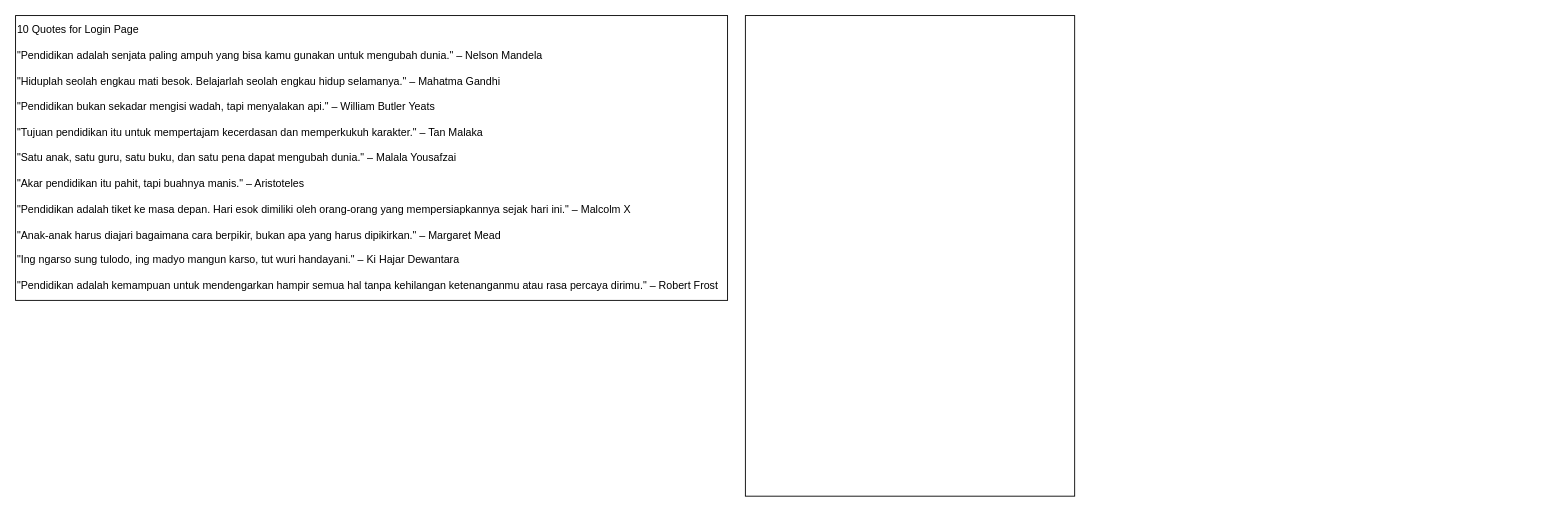
This is Designs/Workflow Diagram.drawio from LoggingNewMemory/HybridAppDev, a draw.io file, before an edit. Source tidied: cells renumbered, new cells numbered last; positions are measured from the earlier drawing's top-left corner, leaving out a move shared by most shapes. Both pictures are drawn from the tidied source at 89%, with x=0, y=0 at pixel (15, 15).
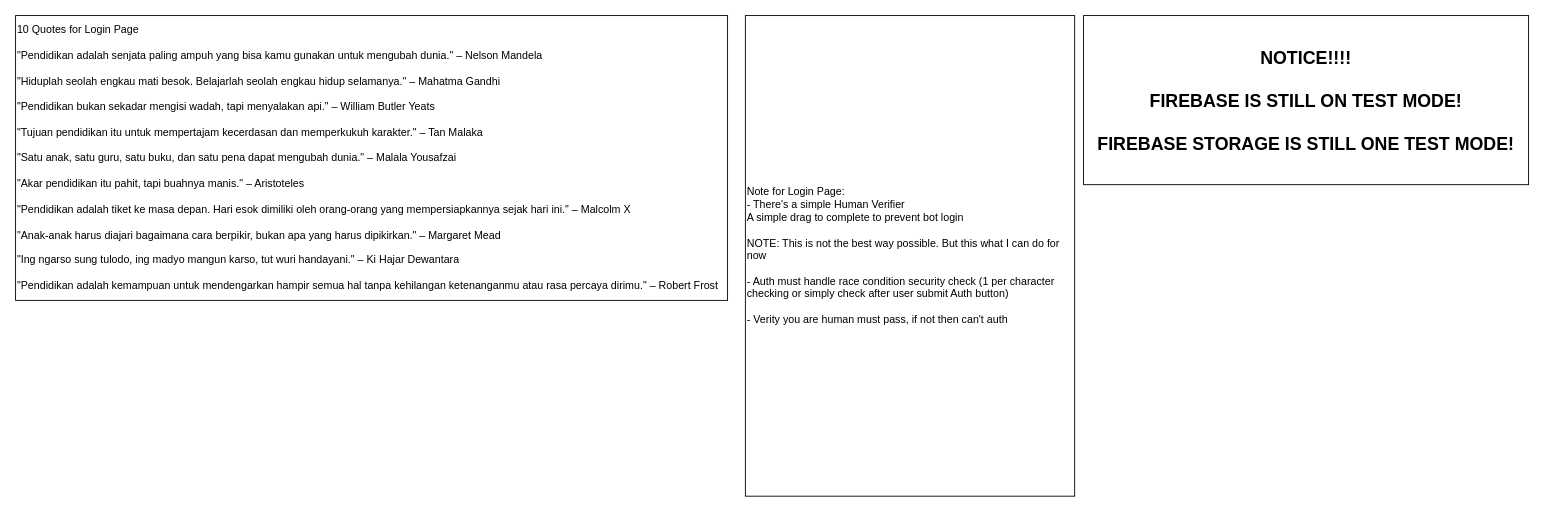
The same diagram, later.

What changed in the source:
```diff
@@
 <mxGraphModel>
   <root>
     <mxCell id="0" />
     <mxCell id="1" parent="0" />
     <mxCell id="2" value="&lt;div&gt;10 Quotes for Login Page&lt;/div&gt;&lt;div&gt;&lt;br&gt;&lt;/div&gt;&lt;div&gt;&quot;Pendidikan adalah senjata paling ampuh yang bisa kamu gunakan untuk mengubah dunia.&quot; – Nelson Mandela&lt;/div&gt;&lt;div&gt;&lt;br&gt;&lt;/div&gt;&lt;div&gt;&quot;Hiduplah seolah engkau mati besok. Belajarlah seolah engkau hidup selamanya.&quot; – Mahatma Gandhi&lt;/div&gt;&lt;div&gt;&lt;br&gt;&lt;/div&gt;&lt;div&gt;&quot;Pendidikan bukan sekadar mengisi wadah, tapi menyalakan api.&quot; – William Butler Yeats&lt;/div&gt;&lt;div&gt;&lt;br&gt;&lt;/div&gt;&lt;div&gt;&quot;Tujuan pendidikan itu untuk mempertajam kecerdasan dan memperkukuh karakter.&quot; – Tan Malaka&lt;/div&gt;&lt;div&gt;&lt;br&gt;&lt;/div&gt;&lt;div&gt;&quot;Satu anak, satu guru, satu buku, dan satu pena dapat mengubah dunia.&quot; – Malala Yousafzai&lt;/div&gt;&lt;div&gt;&lt;br&gt;&lt;/div&gt;&lt;div&gt;&quot;Akar pendidikan itu pahit, tapi buahnya manis.&quot; – Aristoteles&lt;/div&gt;&lt;div&gt;&lt;br&gt;&lt;/div&gt;&lt;div&gt;&quot;Pendidikan adalah tiket ke masa depan. Hari esok dimiliki oleh orang-orang yang mempersiapkannya sejak hari ini.&quot; – Malcolm X&lt;/div&gt;&lt;div&gt;&lt;br&gt;&lt;/div&gt;&lt;div&gt;&quot;Anak-anak harus diajari bagaimana cara berpikir, bukan apa yang harus dipikirkan.&quot; – Margaret Mead&lt;/div&gt;&lt;div&gt;&lt;br&gt;&lt;/div&gt;&lt;div&gt;&quot;Ing ngarso sung tulodo, ing madyo mangun karso, tut wuri handayani.&quot; – Ki Hajar Dewantara&lt;/div&gt;&lt;div&gt;&lt;br&gt;&lt;/div&gt;&lt;div&gt;&quot;Pendidikan adalah kemampuan untuk mendengarkan hampir semua hal tanpa kehilangan ketenanganmu atau rasa percaya dirimu.&quot; – Robert Frost&lt;/div&gt;" style="rounded=0;whiteSpace=wrap;html=1;align=left;" parent="1" vertex="1">
       <mxGeometry width="800" height="320" as="geometry" />
     </mxCell>
-    <mxCell id="3" style="rounded=0;whiteSpace=wrap;html=1;align=left;" parent="1" vertex="1">
+    <mxCell id="3" value="Note for Login Page:&lt;div&gt;- There's a simple Human Verifier&lt;/div&gt;&lt;div&gt;A simple drag to complete to prevent bot login&lt;/div&gt;&lt;div&gt;&lt;br&gt;&lt;/div&gt;&lt;div&gt;NOTE: This is not the best way possible. But this what I can do for now&lt;/div&gt;&lt;div&gt;&lt;br&gt;&lt;/div&gt;&lt;div&gt;- Auth must handle race condition security check (1 per character checking or simply check after user submit Auth button)&lt;/div&gt;&lt;div&gt;&lt;br&gt;&lt;/div&gt;&lt;div&gt;- Verity you are human must pass, if not then can't auth&lt;/div&gt;" style="rounded=0;whiteSpace=wrap;html=1;align=left;" parent="1" vertex="1">
       <mxGeometry x="820" width="370" height="540" as="geometry" />
     </mxCell>
+    <mxCell id="4" value="&lt;b&gt;NOTICE!!!!&lt;/b&gt;&lt;div&gt;&lt;b&gt;&lt;br&gt;&lt;/b&gt;&lt;/div&gt;&lt;div&gt;&lt;b&gt;FIREBASE IS STILL ON TEST MODE!&lt;/b&gt;&lt;/div&gt;&lt;div&gt;&lt;b&gt;&lt;br&gt;&lt;/b&gt;&lt;/div&gt;&lt;div&gt;&lt;b&gt;FIREBASE STORAGE IS STILL ONE TEST MODE!&lt;/b&gt;&lt;/div&gt;" style="rounded=0;whiteSpace=wrap;html=1;align=center;fontSize=20;" parent="1" vertex="1">
+      <mxGeometry x="1200" width="500" height="190" as="geometry" />
+    </mxCell>
   </root>
 </mxGraphModel>
```
